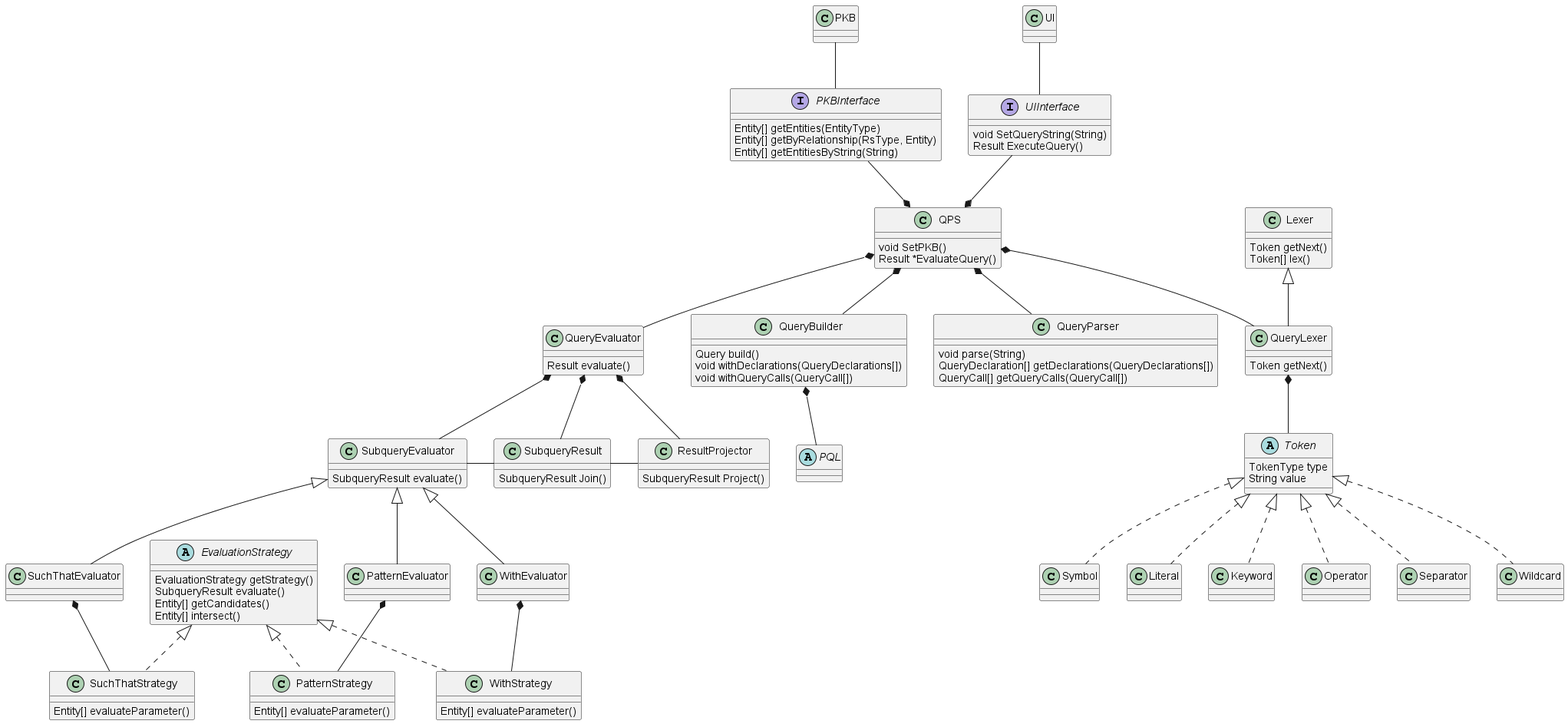
This is docs/images/QPSClassDiagram.png from mazx4960/static-analyzer, a PlantUML export, as it was before one commit.
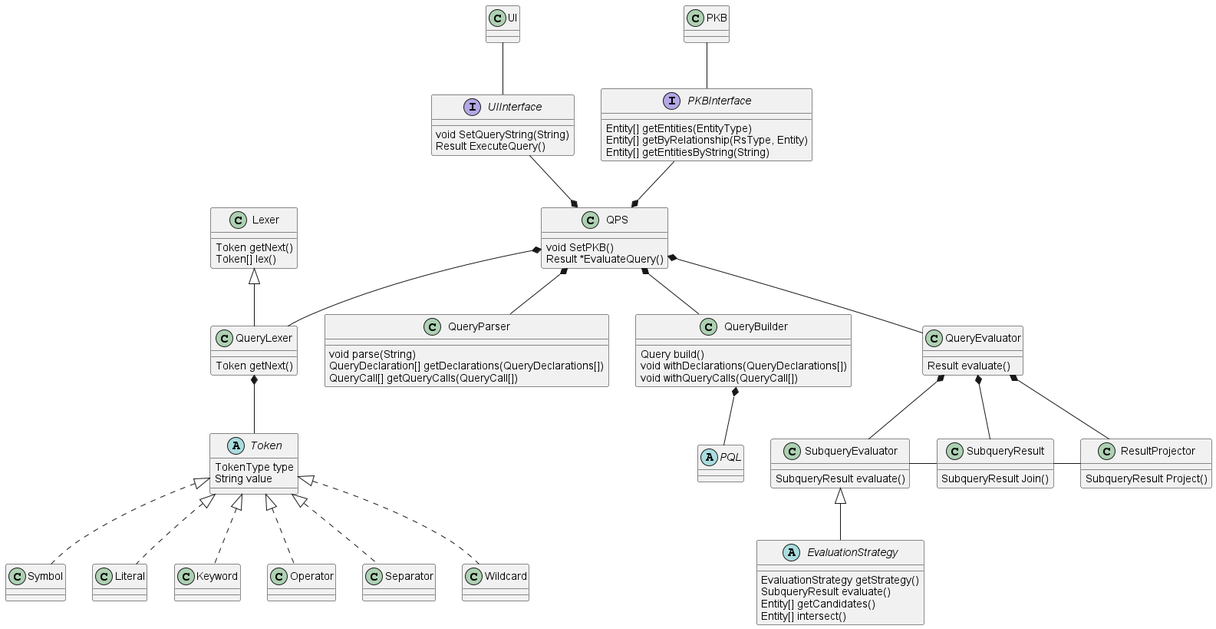
Later version of the same file.

Commit message:
docs: simplify QPS class diagram by removing strategies

Change to the diagram source:
```diff
@@ -20,16 +20,6 @@
     SubqueryResult evaluate()
     Entity[] getCandidates()
     Entity[] intersect()
-}
-
-class "SuchThatStrategy" {
-    Entity[] evaluateParameter()
-}
-class "PatternStrategy" {
-    Entity[] evaluateParameter()
-}
-class "WithStrategy" {
-    Entity[] evaluateParameter()
 }
 
 interface UIInterface {
@@ -114,17 +104,7 @@
 QueryEvaluator *-down- SubqueryResult
 QueryEvaluator *-down- ResultProjector
 
-EvaluationStrategy <|.down. SuchThatStrategy
-EvaluationStrategy <|.down.PatternStrategy
-EvaluationStrategy <|.down. WithStrategy
-
-SuchThatEvaluator *-down- SuchThatStrategy
-PatternEvaluator *-down- PatternStrategy
-WithEvaluator *-down- WithStrategy
-
-SubqueryEvaluator <|-down- SuchThatEvaluator
-SubqueryEvaluator <|-down- PatternEvaluator
-SubqueryEvaluator <|-down- WithEvaluator
+SubqueryEvaluator <|-down- EvaluationStrategy
 SubqueryEvaluator -right- SubqueryResult
 SubqueryResult -right- ResultProjector
 @enduml
```
